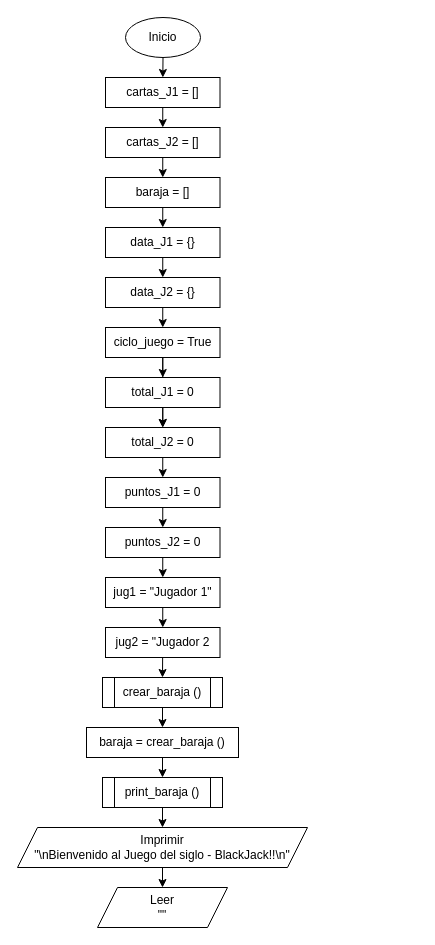
Before: Diagram/black_jack_df.drawio in rrojasj/BlackJack, a draw.io diagram. Source tidied: cells renumbered, new cells numbered last; positions are measured from the earlier drawing's top-left corner, leaving out a move shared by most shapes. Both pictures are drawn from the tidied source at 100%, with x=0, y=0 at pixel (17, 17).
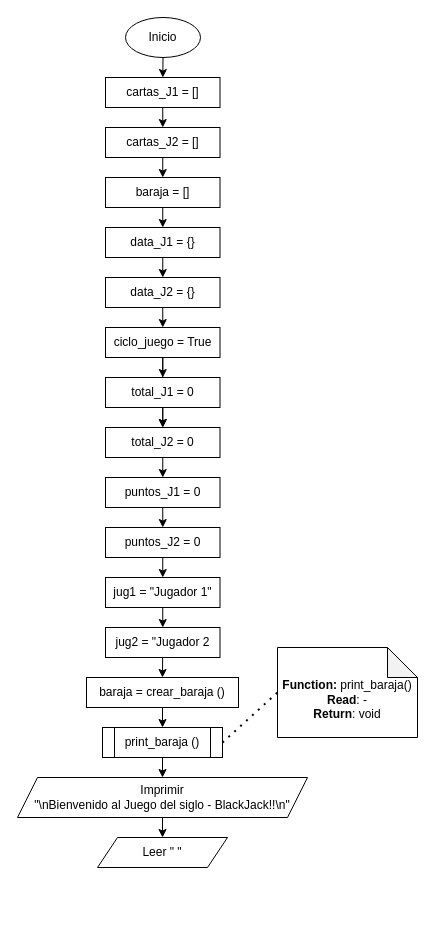
The same page after the edit.

The change refers to these unchanged cells:
```xml
<mxCell id="28" value="jug2 = &quot;Jugador 2" style="whiteSpace=wrap;html=1;" parent="1" vertex="1">
  <mxGeometry x="88" y="610" width="114.5" height="30" as="geometry" />
</mxCell>
```

Change to the diagram source:
```diff
@@
-    <mxCell id="27" style="edgeStyle=none;html=1;entryX=0.5;entryY=0;entryDx=0;entryDy=0;" parent="1" edge="1" source="28" target="30">
+    <mxCell id="27" style="edgeStyle=none;html=1;entryX=0.5;entryY=0;entryDx=0;entryDy=0;" parent="1" edge="1" source="28" target="32">
       <mxGeometry relative="1" as="geometry" />
     </mxCell>
@@
-    <mxCell id="29" style="edgeStyle=none;html=1;entryX=0.5;entryY=0;entryDx=0;entryDy=0;" parent="1" edge="1" source="30" target="32">
-      <mxGeometry relative="1" as="geometry" />
-    </mxCell>
-    <mxCell id="30" value="crear_baraja ()" style="shape=process;whiteSpace=wrap;html=1;backgroundOutline=1;" parent="1" vertex="1">
-      <mxGeometry x="85" y="660" width="120" height="30" as="geometry" />
-    </mxCell>
@@
     <mxCell id="32" value="baraja = crear_baraja ()" style="whiteSpace=wrap;html=1;" parent="1" vertex="1">
-      <mxGeometry x="69" y="710" width="152" height="30" as="geometry" />
+      <mxGeometry x="69" y="660" width="152" height="30" as="geometry" />
     </mxCell>
@@
     <mxCell id="34" value="print_baraja ()" style="shape=process;whiteSpace=wrap;html=1;backgroundOutline=1;" parent="1" vertex="1">
-      <mxGeometry x="85" y="760" width="120" height="30" as="geometry" />
+      <mxGeometry x="85" y="710" width="120" height="30" as="geometry" />
     </mxCell>
@@
     <mxCell id="36" value="Imprimir&lt;br&gt;&lt;span style=&quot;background-color: initial;&quot;&gt;&quot;\nBienvenido al Juego del siglo - BlackJack!!\n&quot;&lt;/span&gt;" style="shape=parallelogram;perimeter=parallelogramPerimeter;whiteSpace=wrap;html=1;fixedSize=1;" parent="1" vertex="1">
-      <mxGeometry y="810" width="290" height="40" as="geometry" />
+      <mxGeometry y="760" width="290" height="40" as="geometry" />
     </mxCell>
-    <mxCell id="37" value="Leer&lt;br&gt;&lt;span style=&quot;background-color: initial;&quot;&gt;&quot;&quot;&lt;/span&gt;" style="shape=parallelogram;perimeter=parallelogramPerimeter;whiteSpace=wrap;html=1;fixedSize=1;" parent="1" vertex="1">
-      <mxGeometry x="80" y="870" width="130" height="40" as="geometry" />
+    <mxCell id="37" value="Leer&amp;nbsp;&lt;span style=&quot;background-color: initial;&quot;&gt;&quot; &quot;&lt;/span&gt;" style="shape=parallelogram;perimeter=parallelogramPerimeter;whiteSpace=wrap;html=1;fixedSize=1;" parent="1" vertex="1">
+      <mxGeometry x="80" y="820" width="130" height="30" as="geometry" />
     </mxCell>
+    <mxCell id="38" value="&lt;b style=&quot;text-align: left;&quot;&gt;&lt;br&gt;Function:&amp;nbsp;&lt;/b&gt;print_baraja()&lt;br style=&quot;text-align: left;&quot;&gt;&lt;b style=&quot;text-align: left;&quot;&gt;Read&lt;/b&gt;&lt;span style=&quot;text-align: left;&quot;&gt;: -&lt;/span&gt;&lt;br style=&quot;text-align: left;&quot;&gt;&lt;b style=&quot;text-align: left;&quot;&gt;Return&lt;/b&gt;&lt;span style=&quot;text-align: left;&quot;&gt;: void&lt;/span&gt;" style="shape=note;whiteSpace=wrap;html=1;backgroundOutline=1;darkOpacity=0.05;" parent="1" vertex="1">
+      <mxGeometry x="260" y="630" width="140" height="90" as="geometry" />
+    </mxCell>
+    <mxCell id="39" style="endArrow=none;dashed=1;html=1;dashPattern=1 3;strokeWidth=2;entryX=0;entryY=0.5;entryDx=0;entryDy=0;entryPerimeter=0;exitX=1;exitY=0.5;exitDx=0;exitDy=0;" parent="1" edge="1" source="34" target="38">
+      <mxGeometry relative="1" as="geometry" />
+    </mxCell>
```
